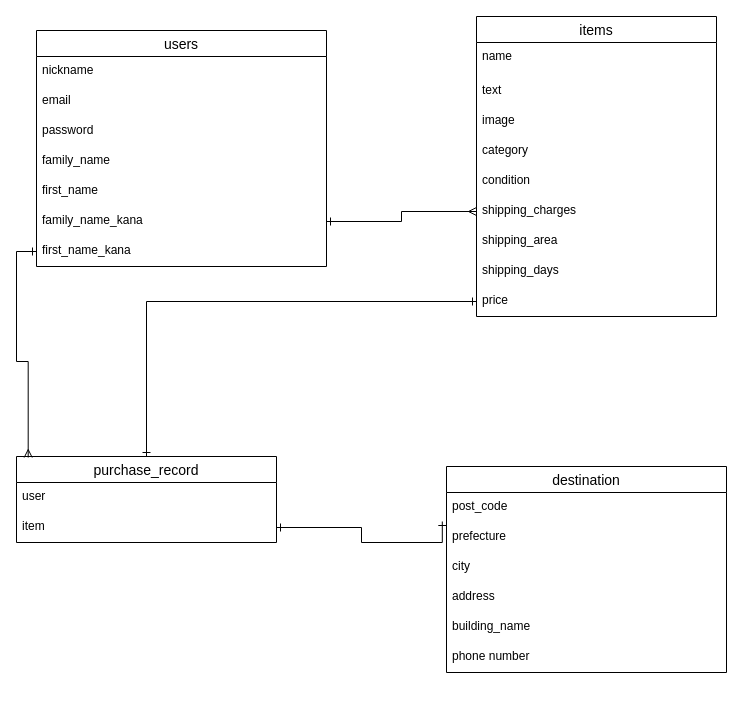
Earlier version of the draw.io diagram hurima.dio (Dessy-tom/furima-35674). Source tidied: cells renumbered, new cells numbered last; positions are measured from the earlier drawing's top-left corner, leaving out a move shared by most shapes. Both pictures are drawn from the tidied source at 100%, with x=0, y=0 at pixel (16, 16).
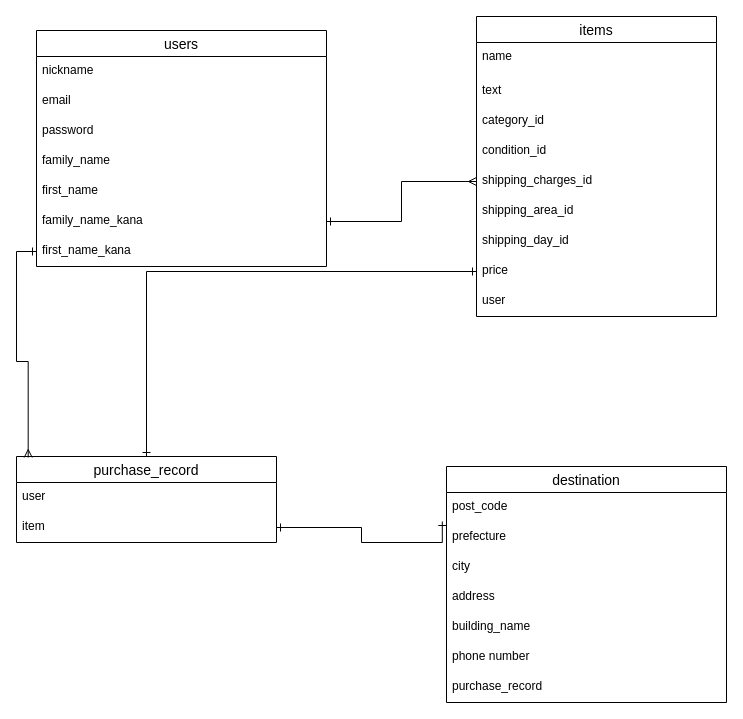
The same diagram, later.

Unchanged cells that the change refers to:
```xml
<mxCell id="2" value="items" style="swimlane;fontStyle=0;horizontal=1;startSize=26;align=center;fontSize=14;" parent="1" vertex="1">
  <mxGeometry x="460" width="240" height="300" as="geometry" />
</mxCell>
```

Diff of the diagram source:
```diff
@@
-    <mxCell id="5" value="image" style="text;strokeColor=none;fillColor=none;spacingLeft=4;spacingRight=4;overflow=hidden;fontSize=12;" parent="2" vertex="1">
-      <mxGeometry y="90" width="240" height="30" as="geometry" />
-    </mxCell>
-    <mxCell id="6" value="category" style="text;strokeColor=none;fillColor=none;spacingLeft=4;spacingRight=4;overflow=hidden;fontSize=12;" parent="2" vertex="1">
-      <mxGeometry y="120" width="240" height="30" as="geometry" />
+    <mxCell id="6" value="category_id" style="text;strokeColor=none;fillColor=none;spacingLeft=4;spacingRight=4;overflow=hidden;fontSize=12;" parent="2" vertex="1">
+      <mxGeometry y="90" width="240" height="30" as="geometry" />
     </mxCell>
-    <mxCell id="7" value="condition" style="text;strokeColor=none;fillColor=none;spacingLeft=4;spacingRight=4;overflow=hidden;fontSize=12;" parent="2" vertex="1">
-      <mxGeometry y="150" width="240" height="30" as="geometry" />
+    <mxCell id="7" value="condition_id" style="text;strokeColor=none;fillColor=none;spacingLeft=4;spacingRight=4;overflow=hidden;fontSize=12;" parent="2" vertex="1">
+      <mxGeometry y="120" width="240" height="30" as="geometry" />
     </mxCell>
-    <mxCell id="8" value="shipping_charges" style="text;strokeColor=none;fillColor=none;spacingLeft=4;spacingRight=4;overflow=hidden;points=[[0,0.5],[1,0.5]];portConstraint=eastwest;fontSize=12;" parent="2" vertex="1">
-      <mxGeometry y="180" width="240" height="30" as="geometry" />
+    <mxCell id="8" value="shipping_charges_id" style="text;strokeColor=none;fillColor=none;spacingLeft=4;spacingRight=4;overflow=hidden;points=[[0,0.5],[1,0.5]];portConstraint=eastwest;fontSize=12;" parent="2" vertex="1">
+      <mxGeometry y="150" width="240" height="30" as="geometry" />
     </mxCell>
-    <mxCell id="9" value="shipping_area" style="text;strokeColor=none;fillColor=none;spacingLeft=4;spacingRight=4;overflow=hidden;fontSize=12;" parent="2" vertex="1">
-      <mxGeometry y="210" width="240" height="30" as="geometry" />
+    <mxCell id="9" value="shipping_area_id " style="text;strokeColor=none;fillColor=none;spacingLeft=4;spacingRight=4;overflow=hidden;fontSize=12;" parent="2" vertex="1">
+      <mxGeometry y="180" width="240" height="30" as="geometry" />
     </mxCell>
-    <mxCell id="10" value="shipping_days" style="text;strokeColor=none;fillColor=none;spacingLeft=4;spacingRight=4;overflow=hidden;fontSize=12;" parent="2" vertex="1">
-      <mxGeometry y="240" width="240" height="30" as="geometry" />
+    <mxCell id="10" value="shipping_day_id " style="text;strokeColor=none;fillColor=none;spacingLeft=4;spacingRight=4;overflow=hidden;fontSize=12;" parent="2" vertex="1">
+      <mxGeometry y="210" width="240" height="30" as="geometry" />
     </mxCell>
     <mxCell id="11" value="price" style="text;strokeColor=none;fillColor=none;spacingLeft=4;spacingRight=4;overflow=hidden;points=[[0,0.5],[1,0.5]];portConstraint=eastwest;fontSize=12;" parent="2" vertex="1">
-      <mxGeometry y="270" width="240" height="30" as="geometry" />
+      <mxGeometry y="240" width="240" height="30" as="geometry" />
     </mxCell>
+    <mxCell id="34" value="user&#10;" style="text;strokeColor=none;fillColor=none;spacingLeft=4;spacingRight=4;overflow=hidden;fontSize=12;" parent="2" vertex="1">
+      <mxGeometry y="270" width="240" height="30" as="geometry" />
+    </mxCell>
@@
     <mxCell id="15" value="destination" style="swimlane;fontStyle=0;horizontal=1;startSize=26;align=center;fontSize=14;" parent="1" vertex="1">
-      <mxGeometry x="430" y="450" width="280" height="206" as="geometry" />
+      <mxGeometry x="430" y="450" width="280" height="236" as="geometry" />
     </mxCell>
@@
+    <mxCell id="35" value="purchase_record" style="text;strokeColor=none;fillColor=none;spacingLeft=4;spacingRight=4;overflow=hidden;fontSize=12;" parent="15" vertex="1">
+      <mxGeometry y="206" width="280" height="30" as="geometry" />
+    </mxCell>
```
